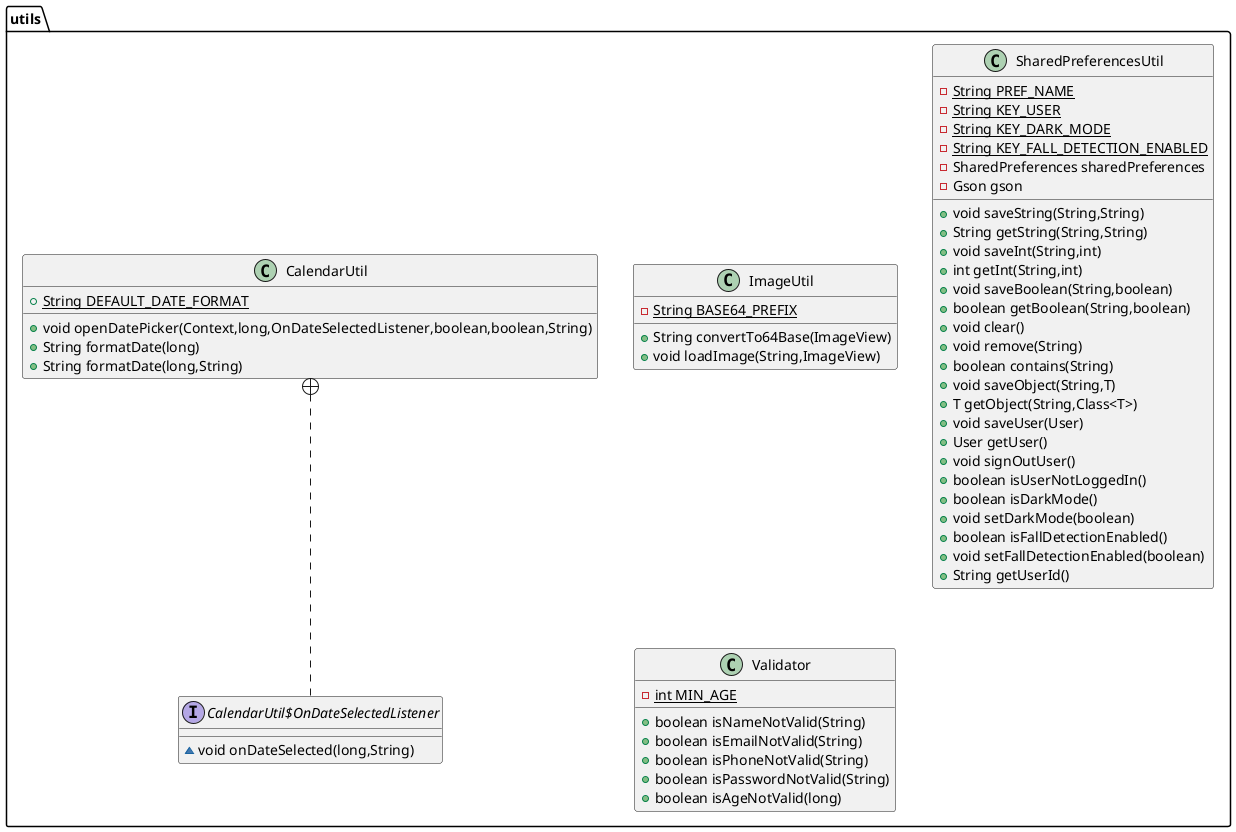
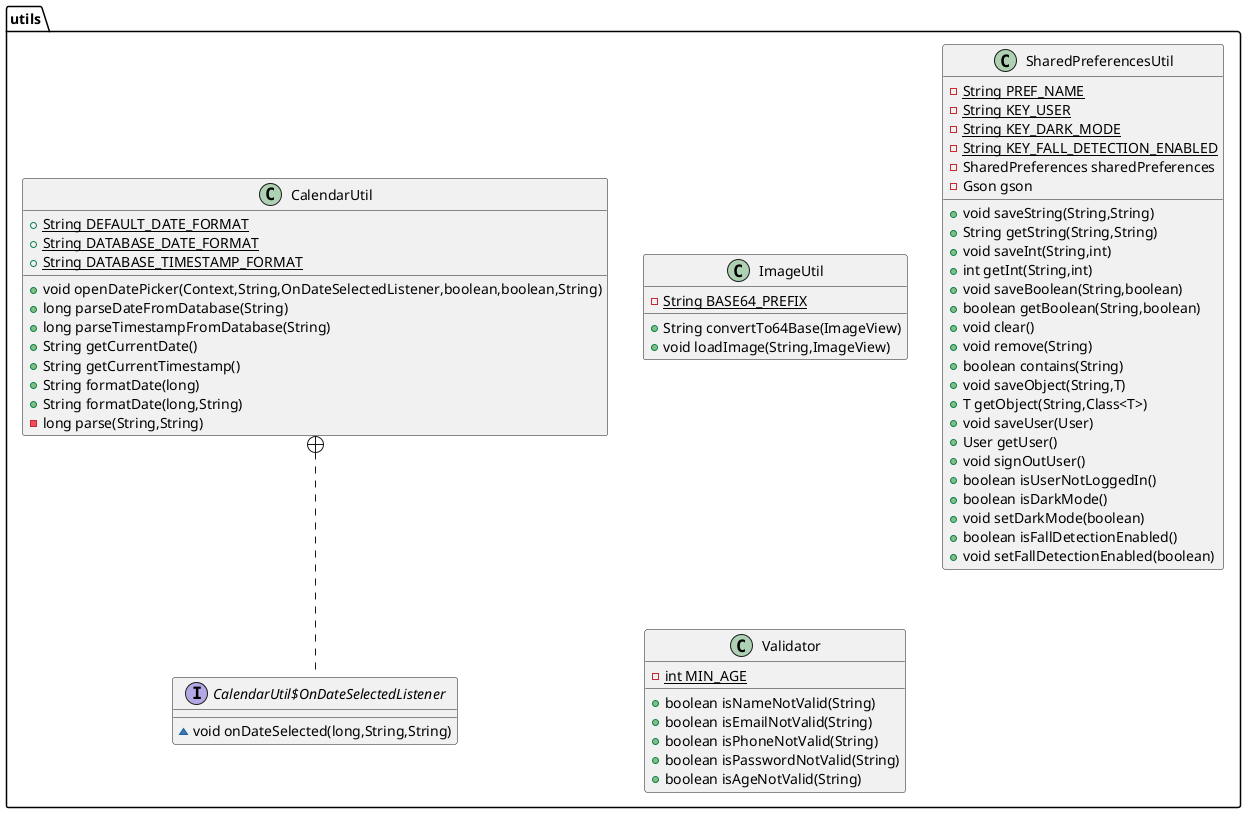
@startuml
class utils.ImageUtil {
- {static} String BASE64_PREFIX
+ String convertTo64Base(ImageView)
+ void loadImage(String,ImageView)
}


class utils.SharedPreferencesUtil {
- {static} String PREF_NAME
- {static} String KEY_USER
- {static} String KEY_DARK_MODE
- {static} String KEY_FALL_DETECTION_ENABLED
- SharedPreferences sharedPreferences
- Gson gson
+ void saveString(String,String)
+ String getString(String,String)
+ void saveInt(String,int)
+ int getInt(String,int)
+ void saveBoolean(String,boolean)
+ boolean getBoolean(String,boolean)
+ void clear()
+ void remove(String)
+ boolean contains(String)
+ void saveObject(String,T)
+ T getObject(String,Class<T>)
+ void saveUser(User)
+ User getUser()
+ void signOutUser()
+ boolean isUserNotLoggedIn()
+ boolean isDarkMode()
+ void setDarkMode(boolean)
+ boolean isFallDetectionEnabled()
+ void setFallDetectionEnabled(boolean)
- + String getUserId()
}


class utils.CalendarUtil {
+ {static} String DEFAULT_DATE_FORMAT
- + void openDatePicker(Context,long,OnDateSelectedListener,boolean,boolean,String)
+ + {static} String DATABASE_DATE_FORMAT
+ + {static} String DATABASE_TIMESTAMP_FORMAT
+ + void openDatePicker(Context,String,OnDateSelectedListener,boolean,boolean,String)
+ + long parseDateFromDatabase(String)
+ + long parseTimestampFromDatabase(String)
+ + String getCurrentDate()
+ + String getCurrentTimestamp()
+ String formatDate(long)
+ String formatDate(long,String)
+ - long parse(String,String)
}


interface utils.CalendarUtil$OnDateSelectedListener {
- ~ void onDateSelected(long,String)
+ ~ void onDateSelected(long,String,String)
}

class utils.Validator {
- {static} int MIN_AGE
+ boolean isNameNotValid(String)
+ boolean isEmailNotValid(String)
+ boolean isPhoneNotValid(String)
+ boolean isPasswordNotValid(String)
- + boolean isAgeNotValid(long)
+ + boolean isAgeNotValid(String)
}




utils.CalendarUtil +.. utils.CalendarUtil$OnDateSelectedListener
- @enduml
+ @enduml